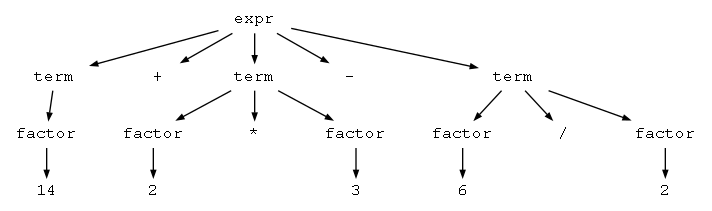
This is ast/parsetree.png from nnnbbb/Interpreter, a Graphviz export, as it was before one commit. Its source is kept beside it as ast/parsetree.dot.
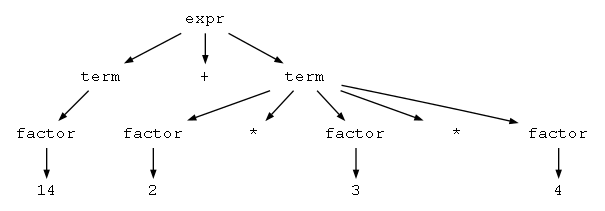
After the commit.

The edit, as a diff of the source:
```diff
@@ -9,32 +9,24 @@
   node1 -> node3
   node4 [label="term"]
   node1 -> node4
-  node5 [label="-"]
-  node1 -> node5
-  node6 [label="term"]
-  node1 -> node6
-  node7 [label="factor"]
-  node2 -> node7
+  node5 [label="factor"]
+  node2 -> node5
+  node6 [label="factor"]
+  node4 -> node6
+  node7 [label="*"]
+  node4 -> node7
   node8 [label="factor"]
   node4 -> node8
   node9 [label="*"]
   node4 -> node9
   node10 [label="factor"]
   node4 -> node10
-  node11 [label="factor"]
-  node6 -> node11
-  node12 [label="/"]
+  node11 [label="14"]
+  node5 -> node11
+  node12 [label="2"]
   node6 -> node12
-  node13 [label="factor"]
-  node6 -> node13
-  node14 [label="14"]
-  node7 -> node14
-  node15 [label="2"]
-  node8 -> node15
-  node16 [label="3"]
-  node10 -> node16
-  node17 [label="6"]
-  node11 -> node17
-  node18 [label="2"]
-  node13 -> node18
+  node13 [label="3"]
+  node8 -> node13
+  node14 [label="4"]
+  node10 -> node14
 }
```
